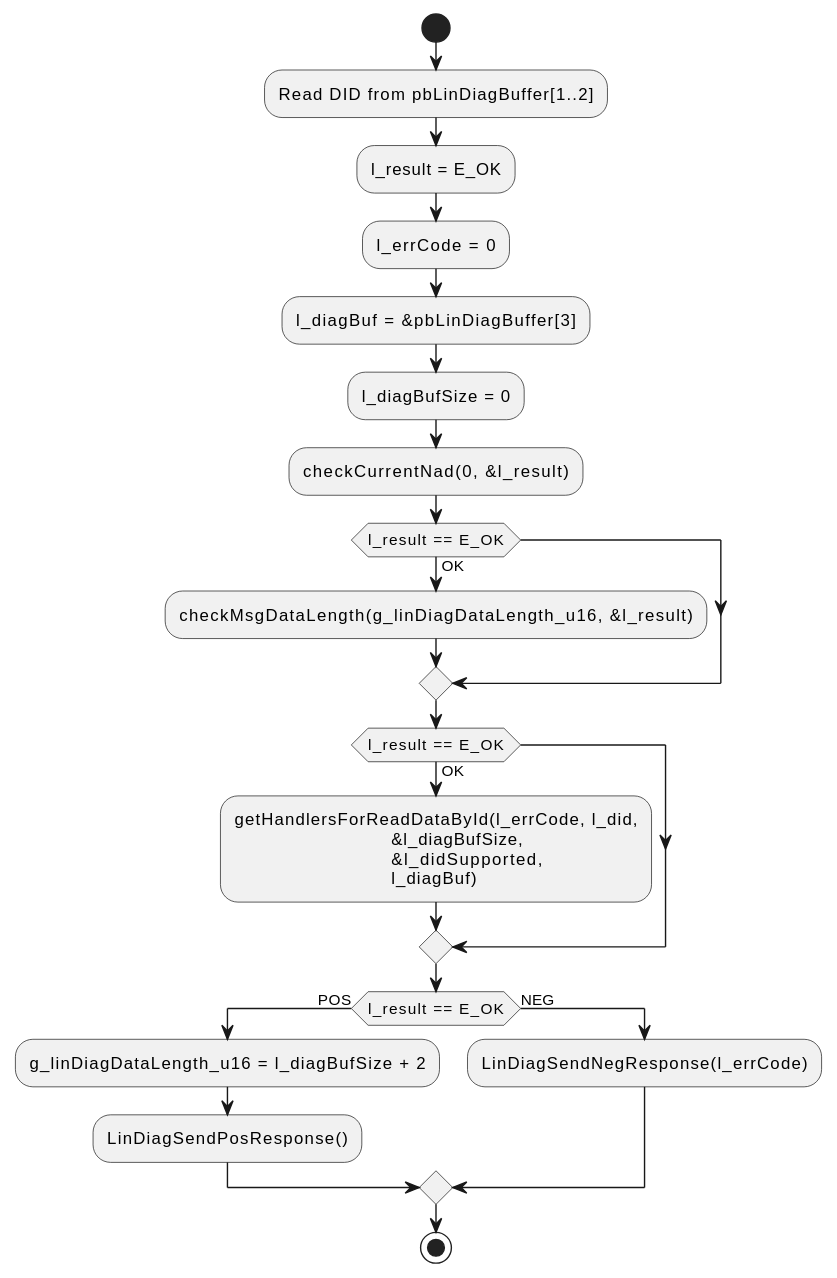
ericapirondi1/AiSwGenRepo keeps this PlantUML diagram as project/code/UdsComm/docs/html/inline_umlgraph_1.svg. Above is the earlier version. The source it was exported from:
```plantuml
@startuml
start
:Read DID from pbLinDiagBuffer[1..2];
:l_result = E_OK;
:l_errCode = 0;
:l_diagBuf = &pbLinDiagBuffer[3];
:l_diagBufSize = 0;

:checkCurrentNad(0, &l_result);
if (l_result == E_OK) then (OK)
  :checkMsgDataLength(g_linDiagDataLength_u16, &l_result);
endif

if (l_result == E_OK) then (OK)
  :getHandlersForReadDataById(l_errCode, l_did,
                              &l_diagBufSize,
                              &l_didSupported,
                              l_diagBuf);
endif

if (l_result == E_OK) then (POS)
  :g_linDiagDataLength_u16 = l_diagBufSize + 2;
  :LinDiagSendPosResponse();
else (NEG)
  :LinDiagSendNegResponse(l_errCode);
endif
stop
@enduml
```
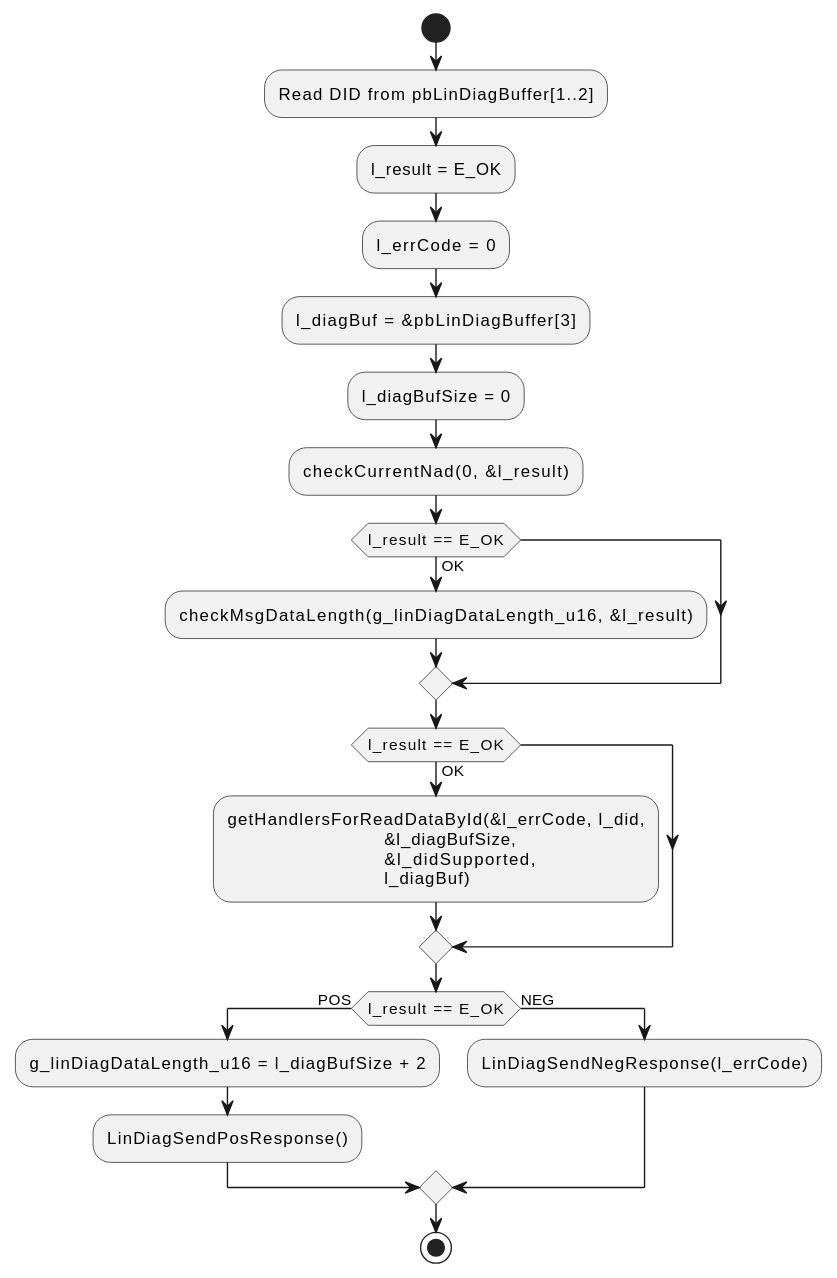
After the change.

Diff of the diagram source:
```diff
@@ -12,7 +12,7 @@
 endif
 
 if (l_result == E_OK) then (OK)
-  :getHandlersForReadDataById(l_errCode, l_did,
+  :getHandlersForReadDataById(&l_errCode, l_did,
                               &l_diagBufSize,
                               &l_didSupported,
                               l_diagBuf);
```
